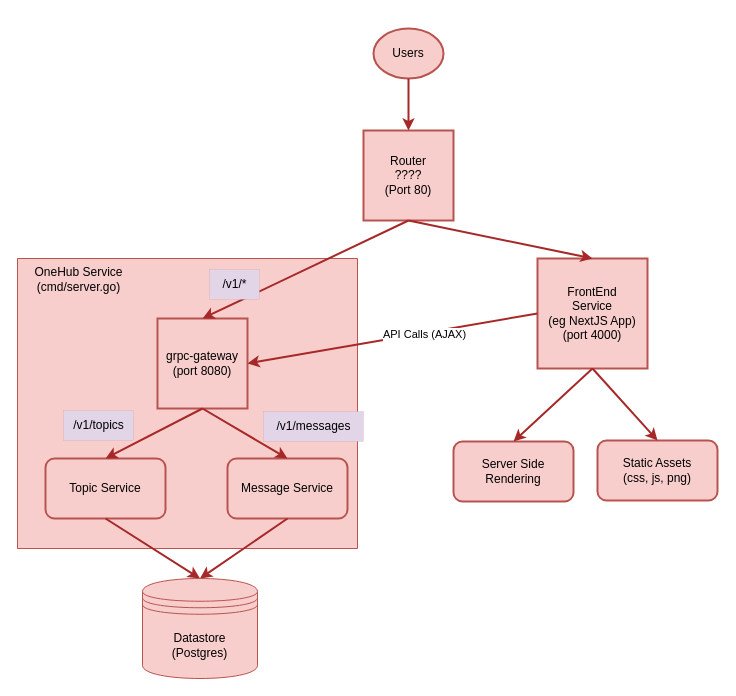
Above: page "New Architecture" (2 of 2) of docs/Untitled Diagram.drawio in panyam/blog (draw.io), before the change. Source tidied: cells renumbered, new cells numbered last; positions are measured from the earlier drawing's top-left corner, leaving out a move shared by most shapes. Both pictures are drawn from the tidied source at 100%, with x=0, y=0 at pixel (17, 28).
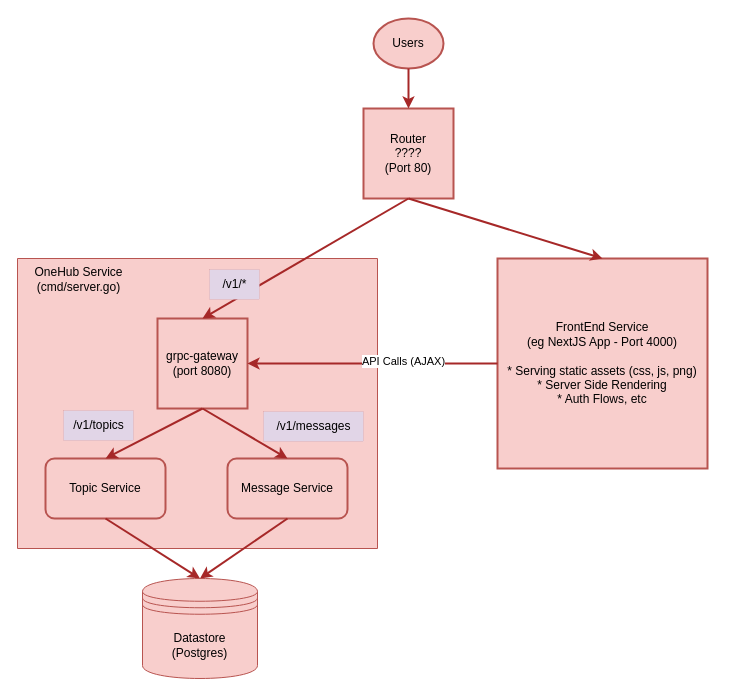
The same diagram, later.

The edit, as a diff of the source:
```diff
@@
     <mxCell id="2" style="verticalLabelPosition=bottom;verticalAlign=top;html=1;shape=mxgraph.basic.rect;fillColor2=none;strokeWidth=1;size=20;indent=5;fillColor=#f8cecc;strokeColor=#b85450;" parent="1" vertex="1">
-      <mxGeometry y="230" width="340" height="290" as="geometry" />
+      <mxGeometry y="230" width="360" height="290" as="geometry" />
     </mxCell>
     <mxCell id="3" value="Router&lt;br&gt;????&lt;br&gt;(Port 80)" style="whiteSpace=wrap;html=1;fillColor=#f8cecc;strokeColor=#b85450;strokeWidth=2;" parent="1" vertex="1">
-      <mxGeometry x="346" y="102" width="90" height="90" as="geometry" />
+      <mxGeometry x="346" y="80" width="90" height="90" as="geometry" />
     </mxCell>
     <mxCell id="4" value="Users" style="ellipse;whiteSpace=wrap;html=1;strokeWidth=2;fillColor=#f8cecc;strokeColor=#b85450;" parent="1" vertex="1">
-      <mxGeometry x="356" width="70" height="50" as="geometry" />
+      <mxGeometry x="356" y="-10" width="70" height="50" as="geometry" />
     </mxCell>
@@
-    <mxCell id="19" value="FrontEnd&lt;br&gt;Service&lt;br&gt;(eg NextJS App)&lt;br&gt;(port 4000)" style="whiteSpace=wrap;html=1;fillColor=#f8cecc;strokeColor=#b85450;strokeWidth=2;" parent="1" vertex="1">
-      <mxGeometry x="520" y="230" width="110" height="110" as="geometry" />
+    <mxCell id="19" value="FrontEnd Service&lt;br&gt;(eg NextJS App - Port 4000)&lt;br&gt;&lt;br&gt;* Serving static assets (css, js, png)&lt;br&gt;* Server Side Rendering&lt;br&gt;* Auth Flows, etc" style="whiteSpace=wrap;html=1;fillColor=#f8cecc;strokeColor=#b85450;strokeWidth=2;" parent="1" vertex="1">
+      <mxGeometry x="480" y="230" width="210" height="210" as="geometry" />
     </mxCell>
@@
-    <mxCell id="23" value="Static Assets&lt;br&gt;(css, js, png)" style="rounded=1;whiteSpace=wrap;html=1;fillColor=#f8cecc;strokeColor=#b85450;strokeWidth=2;" parent="1" vertex="1">
-      <mxGeometry x="580" y="412" width="120" height="60" as="geometry" />
-    </mxCell>
-    <mxCell id="24" value="Server Side Rendering" style="rounded=1;whiteSpace=wrap;html=1;fillColor=#f8cecc;strokeColor=#b85450;strokeWidth=2;" parent="1" vertex="1">
-      <mxGeometry x="436" y="413" width="120" height="60" as="geometry" />
-    </mxCell>
-    <mxCell id="25" style="endArrow=classic;html=1;rounded=0;exitX=0.5;exitY=1;exitDx=0;exitDy=0;entryX=0.5;entryY=0;entryDx=0;entryDy=0;strokeColor=#A62828;strokeWidth=2;fillColor=#e1d5e7;" parent="1" edge="1" source="19" target="23">
-      <mxGeometry relative="1" as="geometry" />
-    </mxCell>
-    <mxCell id="26" style="endArrow=classic;html=1;rounded=0;exitX=0.5;exitY=1;exitDx=0;exitDy=0;entryX=0.5;entryY=0;entryDx=0;entryDy=0;strokeColor=#A62828;strokeWidth=2;fillColor=#e1d5e7;" parent="1" edge="1" source="19" target="24">
-      <mxGeometry relative="1" as="geometry" />
-    </mxCell>
```
